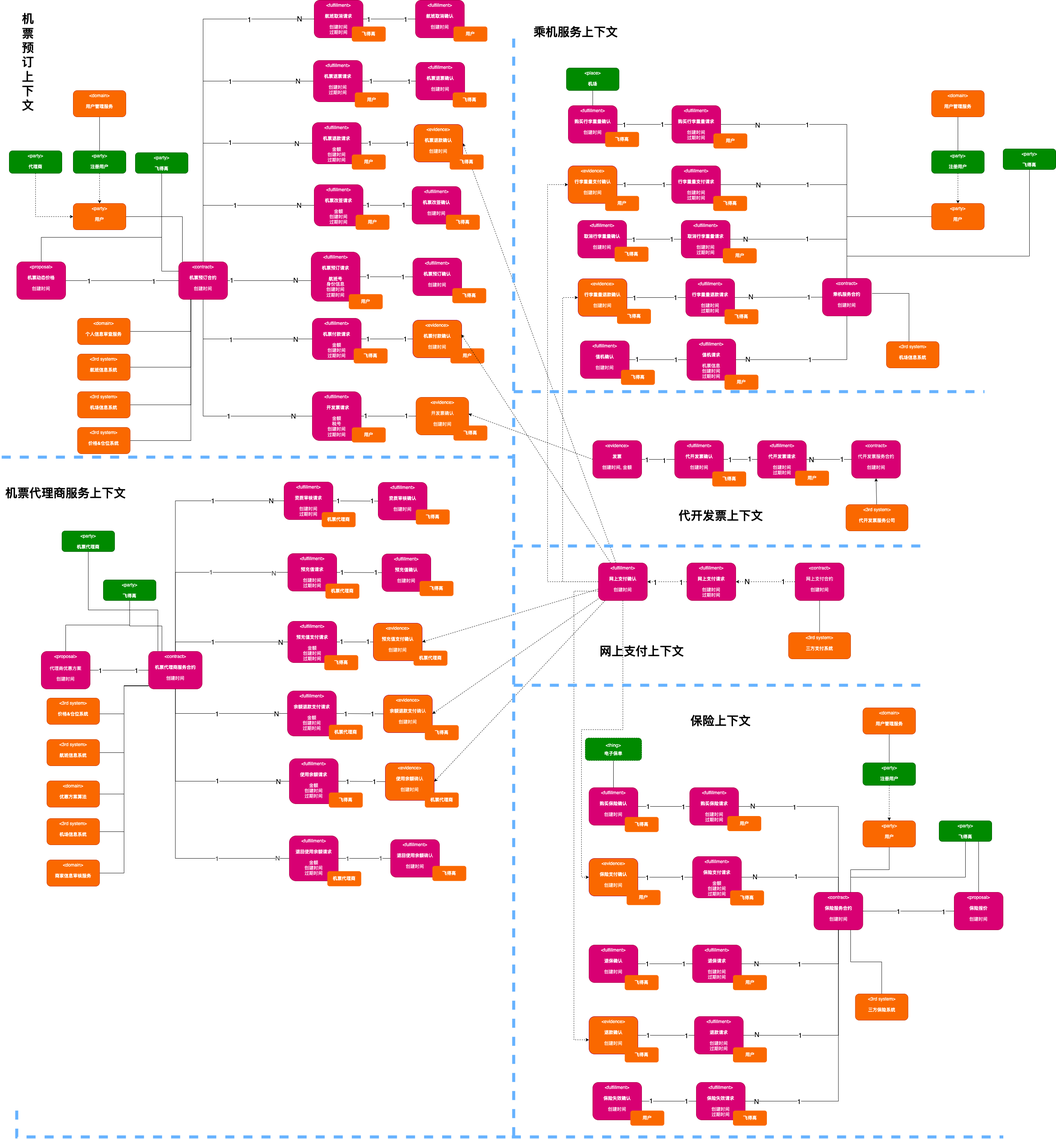
This is 黑马考试建模图.png from zhengdianfang/ATRS, a draw.io export, as it was before one commit. Source tidied: cells renumbered, new cells last; positions are measured from the earlier drawing's top-left corner, leaving out a move shared by most shapes.
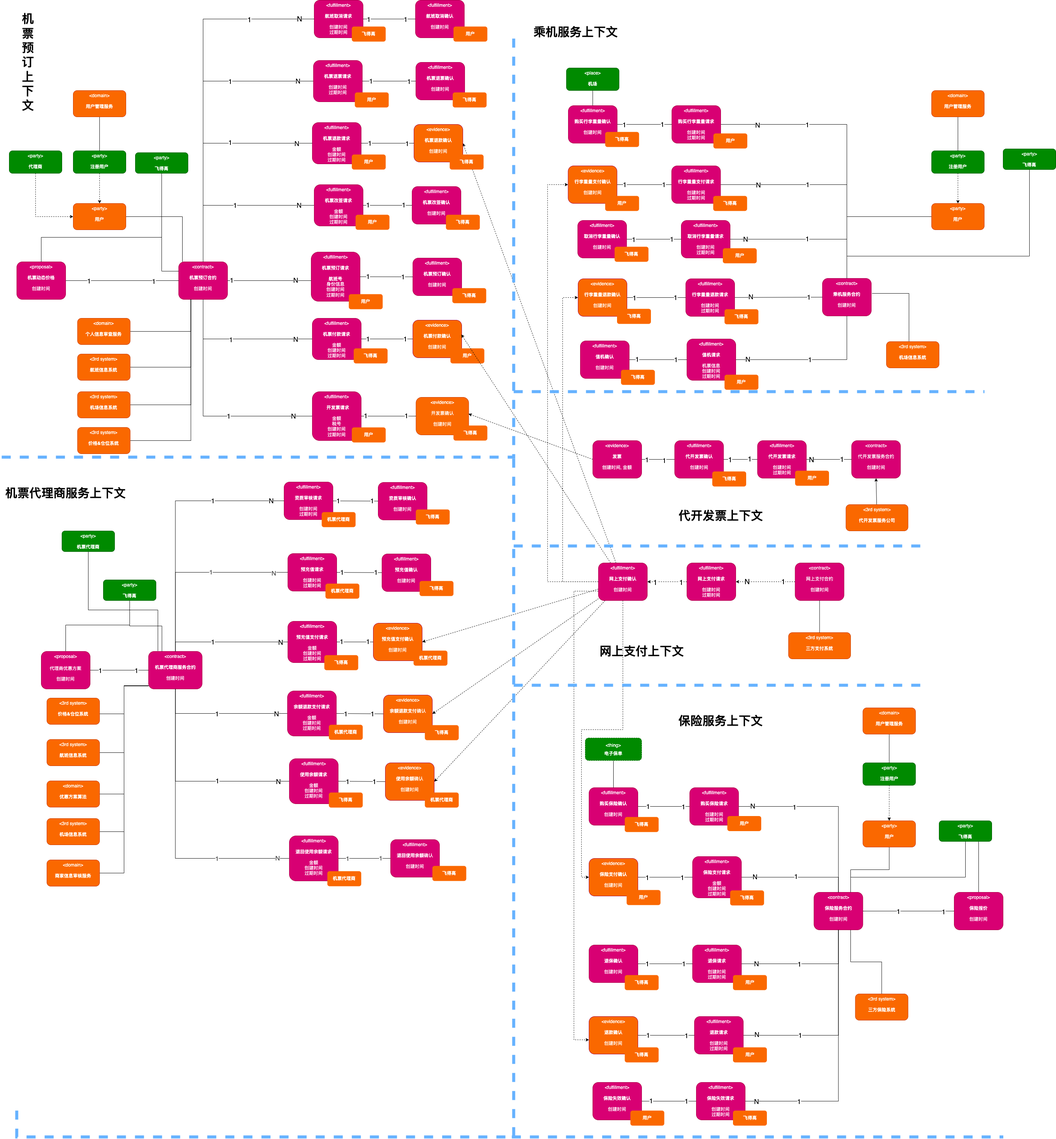
After the commit.

Change to the diagram source:
```diff
@@ -587,7 +587,7 @@
     <mxCell id="162" value="&lt;b style=&quot;color: rgb(255 , 255 , 255)&quot;&gt;用户&lt;/b&gt;" style="rounded=1;whiteSpace=wrap;html=1;fillColor=#FA6800;strokeColor=none;" parent="1" vertex="1">
       <mxGeometry x="1942.5" y="2782" width="90" height="40" as="geometry" />
     </mxCell>
-    <mxCell id="163" value="&lt;b&gt;保险上下文&lt;/b&gt;" style="text;html=1;strokeColor=none;fillColor=none;align=center;verticalAlign=middle;whiteSpace=wrap;rounded=0;dashed=1;fontSize=32;" parent="1" vertex="1">
+    <mxCell id="163" value="&lt;b&gt;保险服务上下文&lt;/b&gt;" style="text;html=1;strokeColor=none;fillColor=none;align=center;verticalAlign=middle;whiteSpace=wrap;rounded=0;dashed=1;fontSize=32;" parent="1" vertex="1">
       <mxGeometry x="1795" y="1900" width="230" height="30" as="geometry" />
     </mxCell>
     <mxCell id="164" value="&lt;b&gt;机票预订上下文&lt;/b&gt;" style="text;html=1;strokeColor=none;fillColor=none;align=center;verticalAlign=middle;whiteSpace=wrap;rounded=0;dashed=1;fontSize=32;" parent="1" vertex="1">
```
